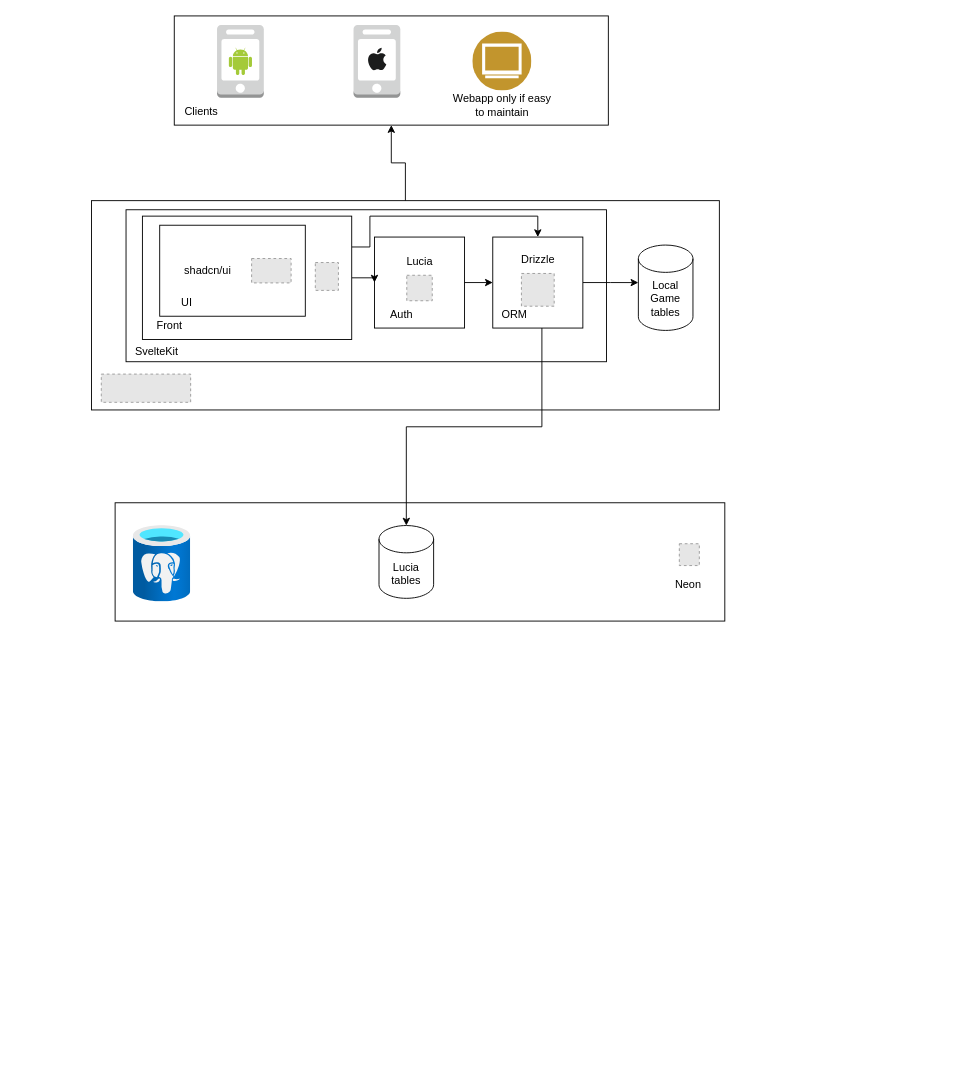
Above: flash-invaders-v2.drawio in IT-ess/flash-invaders-v2 (draw.io), before the change. Source tidied: cells renumbered, new cells numbered last; positions are measured from the earlier drawing's top-left corner, leaving out a move shared by most shapes. Both pictures are drawn from the tidied source at 91%, with x=0, y=0 at pixel (91, 15). Pictures stored in the file or linked from it are replaced by grey dashed boxes.
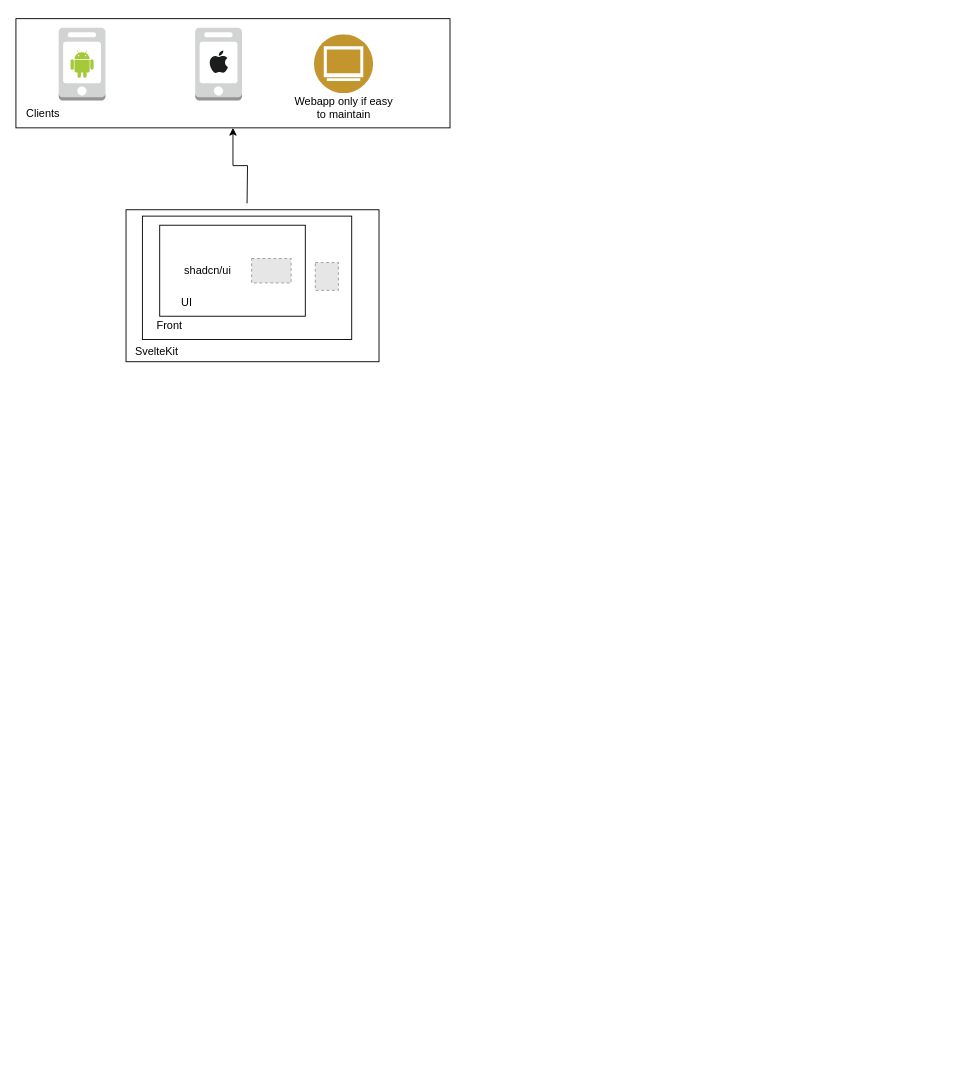
After the change.

The change refers to these unchanged cells:
```xml
<mxCell id="25" style="rounded=0;whiteSpace=wrap;html=1;" parent="1" vertex="1">
  <mxGeometry x="56" y="220" width="230" height="135.6" as="geometry" />
</mxCell>
<mxCell id="41" style="rounded=0;whiteSpace=wrap;html=1;fillColor=none;" parent="35" vertex="1">
  <mxGeometry width="477" height="120" as="geometry" />
</mxCell>
```

The edit, as a diff of the source:
```diff
@@
     <mxCell id="2" style="rounded=0;whiteSpace=wrap;html=1;" parent="1" vertex="1">
-      <mxGeometry x="38" y="213" width="528" height="167" as="geometry" />
+      <mxGeometry x="38" y="213" width="278" height="167" as="geometry" />
     </mxCell>
-    <mxCell id="3" style="group;" parent="1" vertex="1">
-      <mxGeometry y="203" width="955.7" height="940" as="geometry" />
-    </mxCell>
-    <mxCell id="4" style="rounded=0;whiteSpace=wrap;html=1;fillColor=none;" parent="3" vertex="1">
-      <mxGeometry width="690" height="230" as="geometry" />
-    </mxCell>
-    <mxCell id="5" style="fillColor=#E6E6E6;strokeColor=#999999;dashed=1;verticalLabelPosition=bottom;labelBackgroundColor=default;verticalAlign=top;" parent="3" vertex="1">
-      <mxGeometry x="10.8" y="190.6" width="98.2" height="31" as="geometry" />
-    </mxCell>
-    <mxCell id="6" style="edgeStyle=orthogonalEdgeStyle;rounded=0;jettySize=auto;html=1;exitX=1;exitY=0.5;exitDx=0;exitDy=0;entryX=0;entryY=0.5;entryDx=0;entryDy=0;" parent="3" edge="1" source="12" target="15">
-      <mxGeometry relative="1" as="geometry" />
-    </mxCell>
-    <mxCell id="7" value="Local Game tables" style="shape=cylinder3;whiteSpace=wrap;html=1;boundedLbl=1;backgroundOutline=1;size=15;" parent="3" vertex="1">
-      <mxGeometry x="601" y="48.8" width="60" height="93.8" as="geometry" />
-    </mxCell>
-    <mxCell id="8" style="edgeStyle=orthogonalEdgeStyle;rounded=0;jettySize=auto;html=1;exitX=1;exitY=0.5;exitDx=0;exitDy=0;entryX=0;entryY=0;entryDx=0;entryDy=41.25;entryPerimeter=0;" parent="3" edge="1" source="15" target="7">
-      <mxGeometry relative="1" as="geometry" />
-    </mxCell>
-    <mxCell id="9" style="group;" parent="3" vertex="1">
-      <mxGeometry x="311" y="40" width="99" height="100" as="geometry" />
-    </mxCell>
-    <mxCell id="10" style="rounded=0;whiteSpace=wrap;html=1;" parent="9" vertex="1">
-      <mxGeometry width="99" height="100" as="geometry" />
-    </mxCell>
-    <mxCell id="11" value="Auth" style="text;html=1;align=center;verticalAlign=middle;whiteSpace=wrap;rounded=0;" parent="9" vertex="1">
-      <mxGeometry y="70" width="60" height="30" as="geometry" />
-    </mxCell>
-    <mxCell id="12" style="fillColor=#E6E6E6;strokeColor=#999999;dashed=1;verticalLabelPosition=bottom;labelBackgroundColor=default;verticalAlign=top;" parent="9" vertex="1">
-      <mxGeometry x="35.5" y="42" width="28" height="28" as="geometry" />
-    </mxCell>
-    <mxCell id="13" value="Lucia" style="text;html=1;align=center;verticalAlign=middle;whiteSpace=wrap;rounded=0;" parent="9" vertex="1">
-      <mxGeometry x="19.5" y="12" width="60" height="30" as="geometry" />
-    </mxCell>
-    <mxCell id="14" style="group;" parent="3" vertex="1">
-      <mxGeometry x="435" y="40" width="137" height="126" as="geometry" />
-    </mxCell>
-    <mxCell id="15" style="rounded=0;whiteSpace=wrap;html=1;" parent="14" vertex="1">
-      <mxGeometry x="6" width="99" height="100" as="geometry" />
-    </mxCell>
-    <mxCell id="16" value="ORM" style="text;html=1;align=center;verticalAlign=middle;whiteSpace=wrap;rounded=0;" parent="14" vertex="1">
-      <mxGeometry y="70" width="60" height="30" as="geometry" />
-    </mxCell>
-    <mxCell id="17" value="Drizzle" style="text;html=1;align=center;verticalAlign=middle;whiteSpace=wrap;rounded=0;" parent="14" vertex="1">
-      <mxGeometry x="25.5" y="10" width="60" height="30" as="geometry" />
-    </mxCell>
-    <mxCell id="18" style="fillColor=#E6E6E6;strokeColor=#999999;dashed=1;verticalLabelPosition=bottom;labelBackgroundColor=default;verticalAlign=top;" parent="14" vertex="1">
-      <mxGeometry x="37.5" y="40" width="36" height="36" as="geometry" />
-    </mxCell>
-    <mxCell id="19" style="fillColor=#E6E6E6;strokeColor=#999999;dashed=1;verticalLabelPosition=bottom;labelBackgroundColor=default;verticalAlign=top;" parent="3" vertex="1">
-      <mxGeometry x="646" y="377" width="22" height="24" as="geometry" />
-    </mxCell>
-    <mxCell id="20" style="rounded=0;whiteSpace=wrap;html=1;fillColor=none;" parent="1" vertex="1">
-      <mxGeometry x="26" y="535" width="670" height="130" as="geometry" />
-    </mxCell>
-    <mxCell id="21" value="Lucia tables" style="shape=cylinder3;whiteSpace=wrap;html=1;boundedLbl=1;backgroundOutline=1;size=15;" parent="1" vertex="1">
-      <mxGeometry x="316" y="560" width="60" height="80" as="geometry" />
-    </mxCell>
-    <mxCell id="22" style="image;html=1;align=center;fontSize=12;image=img/lib/azure2/databases/Azure_Database_PostgreSQL_Server.svg;" parent="1" vertex="1">
-      <mxGeometry x="46" y="560" width="63" height="84" as="geometry" />
-    </mxCell>
-    <mxCell id="23" style="edgeStyle=orthogonalEdgeStyle;rounded=0;jettySize=auto;html=1;exitX=1;exitY=0.5;exitDx=0;exitDy=0;entryX=0;entryY=0.5;entryDx=0;entryDy=0;" parent="1" edge="1" source="25" target="10">
-      <mxGeometry relative="1" as="geometry" />
-    </mxCell>
-    <mxCell id="24" style="edgeStyle=orthogonalEdgeStyle;rounded=0;jettySize=auto;html=1;exitX=1;exitY=0.25;exitDx=0;exitDy=0;entryX=0.5;entryY=0;entryDx=0;entryDy=0;" parent="1" edge="1" source="25" target="15">
-      <mxGeometry relative="1" as="geometry">
-        <Array as="points">
-          <mxPoint x="306" y="254" />
-          <mxPoint x="306" y="220" />
-          <mxPoint x="491" y="220" />
-        </Array>
-      </mxGeometry>
-    </mxCell>
@@
-    <mxCell id="33" style="edgeStyle=orthogonalEdgeStyle;rounded=0;jettySize=auto;html=1;exitX=1;exitY=1;exitDx=0;exitDy=0;entryX=0.5;entryY=0;entryDx=0;entryDy=0;entryPerimeter=0;" parent="1" edge="1" source="16" target="21">
-      <mxGeometry relative="1" as="geometry" />
-    </mxCell>
-    <mxCell id="34" style="edgeStyle=orthogonalEdgeStyle;rounded=0;jettySize=auto;html=1;exitX=0.5;exitY=0;exitDx=0;exitDy=0;entryX=0.5;entryY=1;entryDx=0;entryDy=0;" parent="1" edge="1" source="4" target="41">
-      <mxGeometry relative="1" as="geometry" />
+    <mxCell id="34" style="edgeStyle=orthogonalEdgeStyle;rounded=0;jettySize=auto;html=1;exitX=0.5;exitY=0;exitDx=0;exitDy=0;entryX=0.5;entryY=1;entryDx=0;entryDy=0;" parent="1" edge="1" target="41">
+      <mxGeometry relative="1" as="geometry">
+        <mxPoint x="171" y="206" as="sourcePoint" />
+      </mxGeometry>
     </mxCell>
     <mxCell id="35" style="group;" parent="1" vertex="1">
-      <mxGeometry x="91" width="477" height="120" as="geometry" />
+      <mxGeometry x="-83" y="3" width="477" height="120" as="geometry" />
     </mxCell>
@@
-    <mxCell id="44" value="Neon" style="text;html=1;strokeColor=none;fillColor=none;align=center;verticalAlign=middle;whiteSpace=wrap;rounded=0;" parent="1" vertex="1">
-      <mxGeometry x="626" y="610" width="60" height="30" as="geometry" />
-    </mxCell>
```
